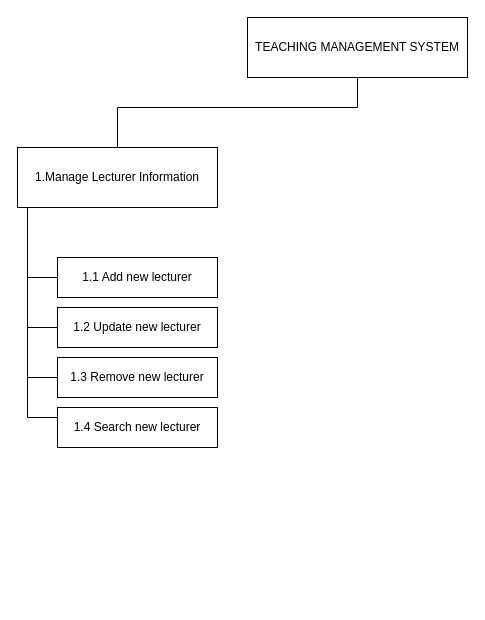
Before: dfd.drawio in Keny7503/draw.io, a draw.io diagram. Source tidied: cells renumbered, new cells numbered last; positions are measured from the earlier drawing's top-left corner, leaving out a move shared by most shapes. Both pictures are drawn from the tidied source at 100%, with x=0, y=0 at pixel (17, 17).
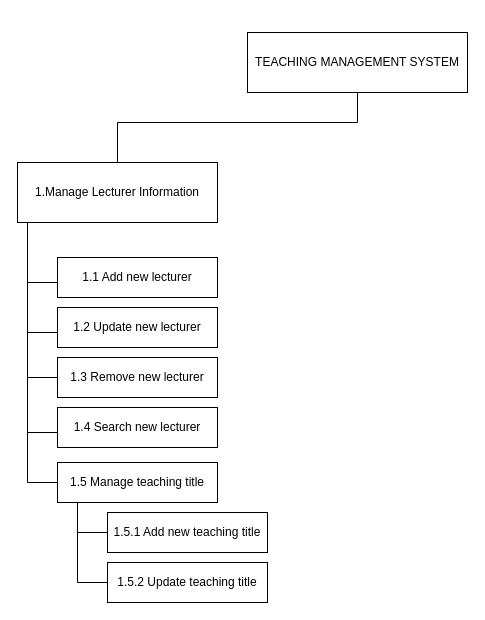
Above is the later version.

The change refers to these unchanged cells:
```xml
<mxCell id="6" value="1.1 Add new lecturer" style="rounded=0;whiteSpace=wrap;html=1;" parent="1" vertex="1">
  <mxGeometry x="40" y="240" width="160" height="40" as="geometry" />
</mxCell>
<mxCell id="7" value="1.2 Update new lecturer" style="rounded=0;whiteSpace=wrap;html=1;" parent="1" vertex="1">
  <mxGeometry x="40" y="290" width="160" height="40" as="geometry" />
</mxCell>
<mxCell id="9" value="1.4 Search new lecturer" style="rounded=0;whiteSpace=wrap;html=1;" parent="1" vertex="1">
  <mxGeometry x="40" y="390" width="160" height="40" as="geometry" />
</mxCell>
```

What changed in the source:
```diff
@@
     <mxCell id="2" value="TEACHING MANAGEMENT SYSTEM" style="rounded=0;whiteSpace=wrap;html=1;" parent="1" vertex="1">
-      <mxGeometry x="230" width="220" height="60" as="geometry" />
+      <mxGeometry x="230" y="15" width="220" height="60" as="geometry" />
     </mxCell>
     <mxCell id="3" style="edgeStyle=orthogonalEdgeStyle;rounded=0;jettySize=auto;html=1;endArrow=none;endFill=0;" parent="1" edge="1" source="4" target="6">
       <mxGeometry relative="1" as="geometry">
         <Array as="points">
-          <mxPoint x="10" y="260" />
+          <mxPoint x="10" y="265" />
         </Array>
       </mxGeometry>
     </mxCell>
     <mxCell id="4" value="1.Manage Lecturer Information" style="rounded=0;whiteSpace=wrap;html=1;" parent="1" vertex="1">
-      <mxGeometry y="130" width="200" height="60" as="geometry" />
+      <mxGeometry y="145" width="200" height="60" as="geometry" />
     </mxCell>
     <mxCell id="5" style="endArrow=none;html=1;rounded=0;edgeStyle=orthogonalEdgeStyle;" parent="1" edge="1" source="4" target="2">
       <mxGeometry relative="1" as="geometry">
         <Array as="points">
-          <mxPoint x="100" y="90" />
-          <mxPoint x="340" y="90" />
+          <mxPoint x="100" y="105" />
+          <mxPoint x="340" y="105" />
         </Array>
       </mxGeometry>
     </mxCell>
@@
     <mxCell id="10" style="edgeStyle=orthogonalEdgeStyle;rounded=0;jettySize=auto;html=1;endArrow=none;endFill=0;" parent="1" edge="1" source="4" target="7">
       <mxGeometry relative="1" as="geometry">
         <Array as="points">
-          <mxPoint x="10" y="310" />
+          <mxPoint x="10" y="315" />
         </Array>
       </mxGeometry>
     </mxCell>
@@
     <mxCell id="12" style="edgeStyle=orthogonalEdgeStyle;rounded=0;jettySize=auto;html=1;endArrow=none;endFill=0;" parent="1" edge="1" source="4" target="9">
       <mxGeometry relative="1" as="geometry">
         <Array as="points">
-          <mxPoint x="10" y="400" />
+          <mxPoint x="10" y="415" />
         </Array>
       </mxGeometry>
     </mxCell>
+    <mxCell id="13" value="1.5 Manage teaching title" style="rounded=0;whiteSpace=wrap;html=1;" parent="1" vertex="1">
+      <mxGeometry x="40" y="445" width="160" height="40" as="geometry" />
+    </mxCell>
+    <mxCell id="14" style="edgeStyle=orthogonalEdgeStyle;rounded=0;jettySize=auto;html=1;endArrow=none;endFill=0;" parent="1" edge="1" source="4">
+      <mxGeometry relative="1" as="geometry">
+        <mxPoint x="40" y="465" as="targetPoint" />
+        <Array as="points">
+          <mxPoint x="10" y="465" />
+        </Array>
+      </mxGeometry>
+    </mxCell>
+    <mxCell id="15" value="1.5.1 Add new teaching title" style="rounded=0;whiteSpace=wrap;html=1;" parent="1" vertex="1">
+      <mxGeometry x="90" y="495" width="160" height="40" as="geometry" />
+    </mxCell>
+    <mxCell id="16" style="edgeStyle=orthogonalEdgeStyle;rounded=0;jettySize=auto;html=1;endArrow=none;endFill=0;" parent="1" edge="1" source="13">
+      <mxGeometry relative="1" as="geometry">
+        <mxPoint x="90" y="515" as="targetPoint" />
+        <Array as="points">
+          <mxPoint x="60" y="515" />
+        </Array>
+      </mxGeometry>
+    </mxCell>
+    <mxCell id="17" value="1.5.2 Update teaching title" style="rounded=0;whiteSpace=wrap;html=1;" parent="1" vertex="1">
+      <mxGeometry x="90" y="545" width="160" height="40" as="geometry" />
+    </mxCell>
+    <mxCell id="18" style="edgeStyle=orthogonalEdgeStyle;rounded=0;jettySize=auto;html=1;endArrow=none;endFill=0;" parent="1" edge="1" source="13">
+      <mxGeometry relative="1" as="geometry">
+        <mxPoint x="90" y="565" as="targetPoint" />
+        <Array as="points">
+          <mxPoint x="60" y="565" />
+        </Array>
+      </mxGeometry>
+    </mxCell>
```
